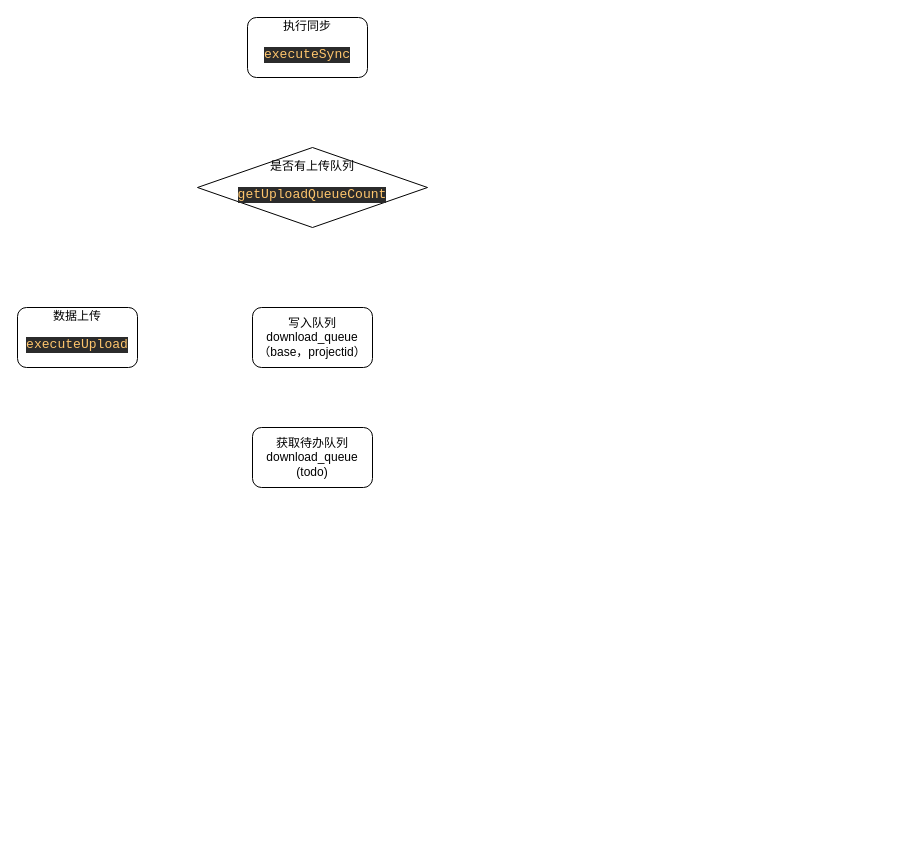
Above: sync-data/sync.drawio in jsven/design-draw (draw.io), before the change. Source tidied: cells renumbered, new cells numbered last; positions are measured from the earlier drawing's top-left corner, leaving out a move shared by most shapes. Both pictures are drawn from the tidied source at 100%, with x=0, y=0 at pixel (17, 17).
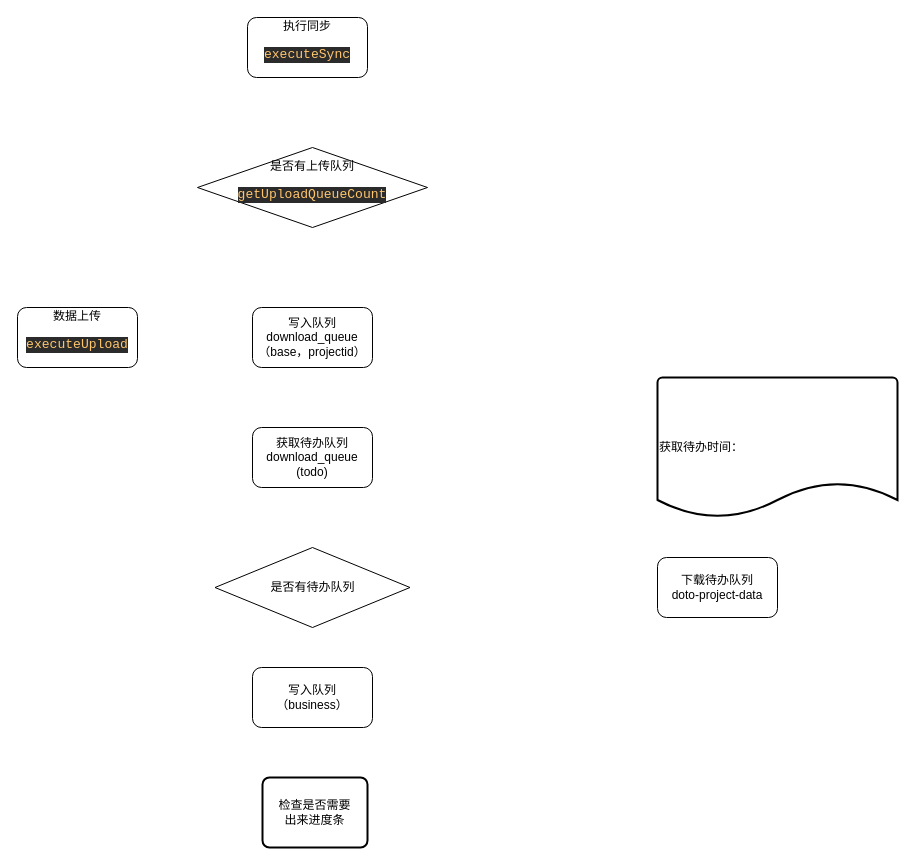
The same page after the edit.

The edit, as a diff of the source:
```diff
@@
 <mxGraphModel>
   <root>
     <mxCell id="0" />
     <mxCell id="1" parent="0" />
     <mxCell id="2" value="执行同步&lt;br&gt;&lt;pre style=&quot;background-color: #2b2b2b ; color: #a9b7c6 ; font-family: &amp;#34;jetbrains mono&amp;#34; , monospace ; font-size: 9.8pt&quot;&gt;&lt;span style=&quot;color: #ffc66d&quot;&gt;executeSync&lt;/span&gt;&lt;/pre&gt;" style="rounded=1;whiteSpace=wrap;html=1;" parent="1" vertex="1">
       <mxGeometry x="230" width="120" height="60" as="geometry" />
     </mxCell>
     <mxCell id="3" value="是否有上传队列&lt;br&gt;&lt;pre style=&quot;background-color: #2b2b2b ; color: #a9b7c6 ; font-family: &amp;#34;jetbrains mono&amp;#34; , monospace ; font-size: 9.8pt&quot;&gt;&lt;span style=&quot;color: #ffc66d&quot;&gt;getUploadQueueCount&lt;/span&gt;&lt;/pre&gt;" style="rhombus;whiteSpace=wrap;html=1;" parent="1" vertex="1">
       <mxGeometry x="180" y="130" width="230" height="80" as="geometry" />
     </mxCell>
     <mxCell id="4" value="写入队列&lt;br&gt;download_queue（base，projectid）" style="rounded=1;whiteSpace=wrap;html=1;" parent="1" vertex="1">
       <mxGeometry x="235" y="290" width="120" height="60" as="geometry" />
     </mxCell>
     <mxCell id="5" value="数据上传&lt;br&gt;&lt;pre style=&quot;background-color: #2b2b2b ; color: #a9b7c6 ; font-family: &amp;#34;jetbrains mono&amp;#34; , monospace ; font-size: 9.8pt&quot;&gt;&lt;span style=&quot;color: #ffc66d&quot;&gt;executeUpload&lt;/span&gt;&lt;/pre&gt;" style="rounded=1;whiteSpace=wrap;html=1;" parent="1" vertex="1">
       <mxGeometry y="290" width="120" height="60" as="geometry" />
     </mxCell>
     <mxCell id="6" value="获取待办队列&lt;br&gt;download_queue&lt;br&gt;(todo)" style="rounded=1;whiteSpace=wrap;html=1;" parent="1" vertex="1">
       <mxGeometry x="235" y="410" width="120" height="60" as="geometry" />
     </mxCell>
+    <mxCell id="7" value="是否有待办队列" style="rhombus;whiteSpace=wrap;html=1;" parent="1" vertex="1">
+      <mxGeometry x="197.5" y="530" width="195" height="80" as="geometry" />
+    </mxCell>
+    <mxCell id="8" value="下载待办队列&lt;br&gt;doto-project-data" style="rounded=1;whiteSpace=wrap;html=1;" parent="1" vertex="1">
+      <mxGeometry x="640" y="540" width="120" height="60" as="geometry" />
+    </mxCell>
+    <mxCell id="9" value="写入队列&lt;br&gt;（business）" style="rounded=1;whiteSpace=wrap;html=1;" parent="1" vertex="1">
+      <mxGeometry x="235" y="650" width="120" height="60" as="geometry" />
+    </mxCell>
+    <mxCell id="10" value="获取待办时间：" style="strokeWidth=2;html=1;shape=mxgraph.flowchart.document2;whiteSpace=wrap;size=0.25;align=left;" parent="1" vertex="1">
+      <mxGeometry x="640" y="360" width="240" height="140" as="geometry" />
+    </mxCell>
+    <mxCell id="11" value="检查是否需要&lt;br&gt;出来进度条" style="rounded=1;whiteSpace=wrap;html=1;absoluteArcSize=1;arcSize=14;strokeWidth=2;" parent="1" vertex="1">
+      <mxGeometry x="245" y="760" width="105" height="70" as="geometry" />
+    </mxCell>
   </root>
 </mxGraphModel>
```
